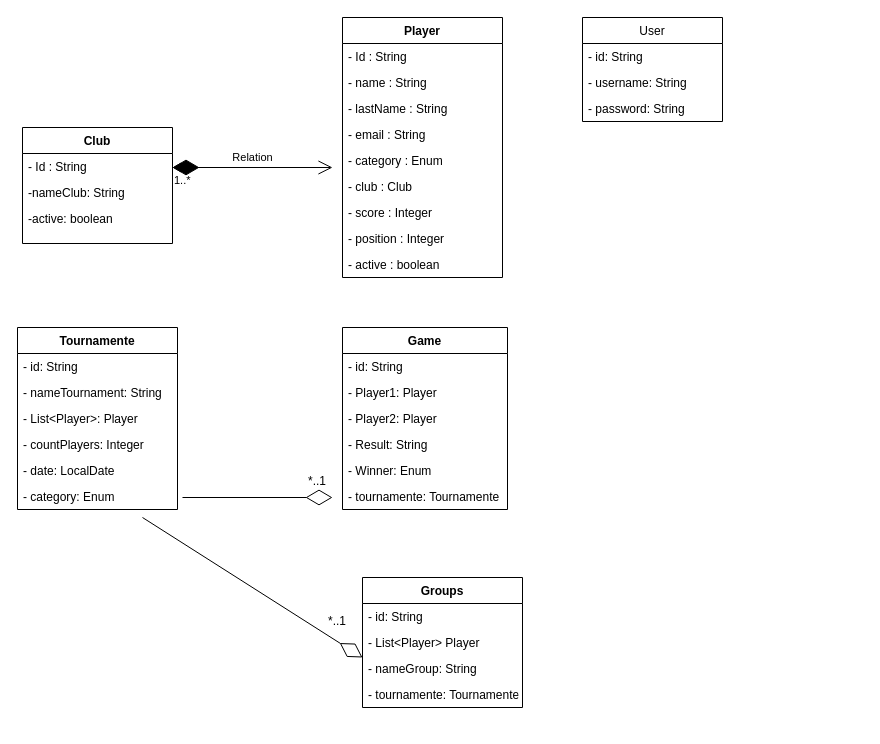
This is Diagrama sin título.drawio from Lucasfranco1/UML-leones, a draw.io file, before an edit. Source tidied: cells renumbered, new cells numbered last; positions are measured from the earlier drawing's top-left corner, leaving out a move shared by most shapes. Both pictures are drawn from the tidied source at 100%, with x=0, y=0 at pixel (17, 17).
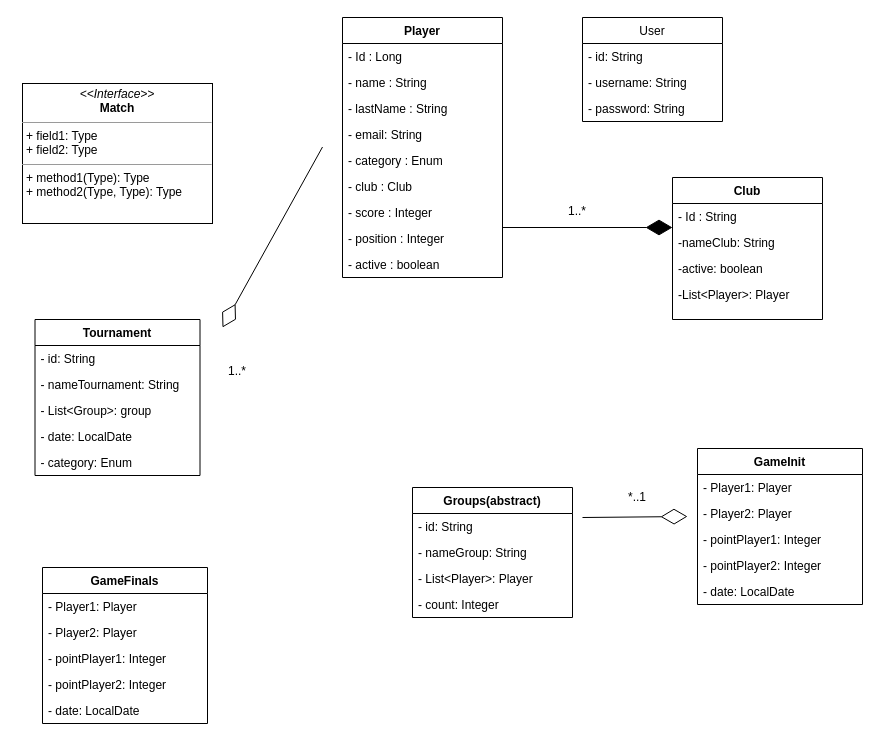
The same diagram, later.

Unchanged cells that the change refers to:
```xml
<mxCell id="2" value="Player" style="swimlane;fontStyle=1;align=center;verticalAlign=top;horizontal=1;startSize=26;" parent="1" vertex="1">
  <mxGeometry x="325" width="160" height="260" as="geometry" />
</mxCell>
```

The edit, as a diff of the source:
```diff
@@
-    <mxCell id="3" value="- Id : String" style="text;strokeColor=none;fillColor=none;align=left;verticalAlign=top;spacingLeft=4;spacingRight=4;overflow=hidden;" parent="2" vertex="1">
+    <mxCell id="3" value="- Id : Long" style="text;strokeColor=none;fillColor=none;align=left;verticalAlign=top;spacingLeft=4;spacingRight=4;overflow=hidden;" parent="2" vertex="1">
       <mxGeometry y="26" width="160" height="26" as="geometry" />
     </mxCell>
@@
-    <mxCell id="6" value="- email : String&#10;" style="text;strokeColor=none;fillColor=none;align=left;verticalAlign=top;spacingLeft=4;spacingRight=4;overflow=hidden;" parent="2" vertex="1">
+    <mxCell id="6" value="- email: String&#10;" style="text;strokeColor=none;fillColor=none;align=left;verticalAlign=top;spacingLeft=4;spacingRight=4;overflow=hidden;" parent="2" vertex="1">
       <mxGeometry y="104" width="160" height="26" as="geometry" />
     </mxCell>
@@
     <mxCell id="12" value="Club" style="swimlane;fontStyle=1;align=center;verticalAlign=top;horizontal=1;startSize=26;" parent="1" vertex="1">
-      <mxGeometry x="5" y="110" width="150" height="116" as="geometry" />
+      <mxGeometry x="655" y="160" width="150" height="142" as="geometry" />
     </mxCell>
@@
+    <mxCell id="47" value="-List&lt;Player&gt;: Player&#10;" style="text;strokeColor=none;fillColor=none;align=left;verticalAlign=top;spacingLeft=4;spacingRight=4;overflow=hidden;" parent="12" vertex="1">
+      <mxGeometry y="104" width="150" height="26" as="geometry" />
+    </mxCell>
     <mxCell id="16" value="&#10;" style="text;strokeColor=none;fillColor=none;align=left;verticalAlign=top;spacingLeft=4;spacingRight=4;overflow=hidden;" parent="12" vertex="1">
-      <mxGeometry y="104" width="150" height="12" as="geometry" />
+      <mxGeometry y="130" width="150" height="12" as="geometry" />
     </mxCell>
-    <mxCell id="17" value="Relation" style="endArrow=open;html=1;endSize=12;startArrow=diamondThin;startSize=14;startFill=0;edgeStyle=orthogonalEdgeStyle;rounded=0;" parent="1" edge="1">
-      <mxGeometry y="10" relative="1" as="geometry">
-        <mxPoint x="155" y="150" as="sourcePoint" />
-        <mxPoint x="315" y="150" as="targetPoint" />
-      </mxGeometry>
-    </mxCell>
-    <mxCell id="18" value="1..*" style="edgeLabel;html=1;align=left;verticalAlign=top;" parent="17" vertex="1">
-      <mxGeometry x="-1" relative="1" as="geometry" />
-    </mxCell>
     <mxCell id="19" style="endArrow=diamondThin;endFill=1;endSize=24;html=1;rounded=0;" parent="1" edge="1">
       <mxGeometry relative="1" as="geometry">
-        <mxPoint x="305" y="150" as="sourcePoint" />
-        <mxPoint x="155" y="150" as="targetPoint" />
+        <mxPoint x="485" y="210" as="sourcePoint" />
+        <mxPoint x="655" y="210" as="targetPoint" />
       </mxGeometry>
     </mxCell>
@@
-    <mxCell id="24" value="Tournamente" style="swimlane;fontStyle=1;align=center;verticalAlign=top;horizontal=1;startSize=26;" parent="1" vertex="1">
-      <mxGeometry y="310" width="160" height="182" as="geometry" />
+    <mxCell id="24" value="Tournament" style="swimlane;fontStyle=1;align=center;verticalAlign=top;horizontal=1;startSize=26;" parent="1" vertex="1">
+      <mxGeometry x="17.5" y="302" width="165" height="156" as="geometry" />
     </mxCell>
     <mxCell id="25" value="- id: String" style="text;strokeColor=none;fillColor=none;align=left;verticalAlign=top;spacingLeft=4;spacingRight=4;overflow=hidden;" parent="24" vertex="1">
-      <mxGeometry y="26" width="160" height="26" as="geometry" />
+      <mxGeometry y="26" width="165" height="26" as="geometry" />
     </mxCell>
     <mxCell id="26" value="- nameTournament: String" style="text;strokeColor=none;fillColor=none;align=left;verticalAlign=top;spacingLeft=4;spacingRight=4;overflow=hidden;" parent="24" vertex="1">
-      <mxGeometry y="52" width="160" height="26" as="geometry" />
+      <mxGeometry y="52" width="165" height="26" as="geometry" />
     </mxCell>
-    <mxCell id="27" value="- List&lt;Player&gt;: Player" style="text;strokeColor=none;fillColor=none;align=left;verticalAlign=top;spacingLeft=4;spacingRight=4;overflow=hidden;" parent="24" vertex="1">
-      <mxGeometry y="78" width="160" height="26" as="geometry" />
-    </mxCell>
-    <mxCell id="28" value="- countPlayers: Integer" style="text;strokeColor=none;fillColor=none;align=left;verticalAlign=top;spacingLeft=4;spacingRight=4;overflow=hidden;" parent="24" vertex="1">
-      <mxGeometry y="104" width="160" height="26" as="geometry" />
-    </mxCell>
+    <mxCell id="48" value="- List&lt;Group&gt;: group" style="text;strokeColor=none;fillColor=none;align=left;verticalAlign=top;spacingLeft=4;spacingRight=4;overflow=hidden;" parent="24" vertex="1">
+      <mxGeometry y="78" width="165" height="26" as="geometry" />
+    </mxCell>
     <mxCell id="29" value="- date: LocalDate" style="text;strokeColor=none;fillColor=none;align=left;verticalAlign=top;spacingLeft=4;spacingRight=4;overflow=hidden;" parent="24" vertex="1">
-      <mxGeometry y="130" width="160" height="26" as="geometry" />
+      <mxGeometry y="104" width="165" height="26" as="geometry" />
     </mxCell>
     <mxCell id="30" value="- category: Enum" style="text;strokeColor=none;fillColor=none;align=left;verticalAlign=top;spacingLeft=4;spacingRight=4;overflow=hidden;" parent="24" vertex="1">
-      <mxGeometry y="156" width="160" height="26" as="geometry" />
+      <mxGeometry y="130" width="165" height="26" as="geometry" />
     </mxCell>
-    <mxCell id="31" value="Game" style="swimlane;fontStyle=1;align=center;verticalAlign=top;horizontal=1;startSize=26;" parent="1" vertex="1">
-      <mxGeometry x="325" y="310" width="165" height="182" as="geometry" />
+    <mxCell id="31" value="GameInit" style="swimlane;fontStyle=1;align=center;verticalAlign=top;horizontal=1;startSize=26;" parent="1" vertex="1">
+      <mxGeometry x="680" y="431" width="165" height="156" as="geometry" />
     </mxCell>
-    <mxCell id="32" value="- id: String" style="text;strokeColor=none;fillColor=none;align=left;verticalAlign=top;spacingLeft=4;spacingRight=4;overflow=hidden;" parent="31" vertex="1">
-      <mxGeometry y="26" width="165" height="26" as="geometry" />
-    </mxCell>
     <mxCell id="33" value="- Player1: Player&#10;" style="text;strokeColor=none;fillColor=none;align=left;verticalAlign=top;spacingLeft=4;spacingRight=4;overflow=hidden;" parent="31" vertex="1">
-      <mxGeometry y="52" width="165" height="26" as="geometry" />
+      <mxGeometry y="26" width="165" height="26" as="geometry" />
     </mxCell>
+    <mxCell id="49" value="- Player2: Player&#10;" style="text;strokeColor=none;fillColor=none;align=left;verticalAlign=top;spacingLeft=4;spacingRight=4;overflow=hidden;" parent="31" vertex="1">
+      <mxGeometry y="52" width="165" height="26" as="geometry" />
+    </mxCell>
+    <mxCell id="50" value="- pointPlayer1: Integer&#10;" style="text;strokeColor=none;fillColor=none;align=left;verticalAlign=top;spacingLeft=4;spacingRight=4;overflow=hidden;" parent="31" vertex="1">
+      <mxGeometry y="78" width="165" height="26" as="geometry" />
+    </mxCell>
+    <mxCell id="51" value="- pointPlayer2: Integer&#10;" style="text;strokeColor=none;fillColor=none;align=left;verticalAlign=top;spacingLeft=4;spacingRight=4;overflow=hidden;" parent="31" vertex="1">
+      <mxGeometry y="104" width="165" height="26" as="geometry" />
+    </mxCell>
-    <mxCell id="34" value="- Player2: Player&#10;" style="text;strokeColor=none;fillColor=none;align=left;verticalAlign=top;spacingLeft=4;spacingRight=4;overflow=hidden;" parent="31" vertex="1">
-      <mxGeometry y="78" width="165" height="26" as="geometry" />
+    <mxCell id="34" value="- date: LocalDate&#10;" style="text;strokeColor=none;fillColor=none;align=left;verticalAlign=top;spacingLeft=4;spacingRight=4;overflow=hidden;" parent="31" vertex="1">
+      <mxGeometry y="130" width="165" height="26" as="geometry" />
     </mxCell>
-    <mxCell id="35" value="- Result: String" style="text;strokeColor=none;fillColor=none;align=left;verticalAlign=top;spacingLeft=4;spacingRight=4;overflow=hidden;" parent="31" vertex="1">
-      <mxGeometry y="104" width="165" height="26" as="geometry" />
-    </mxCell>
-    <mxCell id="36" value="- Winner: Enum" style="text;strokeColor=none;fillColor=none;align=left;verticalAlign=top;spacingLeft=4;spacingRight=4;overflow=hidden;" parent="31" vertex="1">
-      <mxGeometry y="130" width="165" height="26" as="geometry" />
-    </mxCell>
-    <mxCell id="37" value="- tournamente: Tournamente" style="text;strokeColor=none;fillColor=none;align=left;verticalAlign=top;spacingLeft=4;spacingRight=4;overflow=hidden;" parent="31" vertex="1">
-      <mxGeometry y="156" width="165" height="26" as="geometry" />
-    </mxCell>
-    <mxCell id="38" value="Groups" style="swimlane;fontStyle=1;align=center;verticalAlign=top;horizontal=1;startSize=26;" parent="1" vertex="1">
-      <mxGeometry x="345" y="560" width="160" height="130" as="geometry" />
+    <mxCell id="38" value="Groups(abstract)" style="swimlane;fontStyle=1;align=center;verticalAlign=top;horizontal=1;startSize=26;" parent="1" vertex="1">
+      <mxGeometry x="395" y="470" width="160" height="130" as="geometry" />
     </mxCell>
@@
-    <mxCell id="40" value="- List&lt;Player&gt; Player" style="text;strokeColor=none;fillColor=none;align=left;verticalAlign=top;spacingLeft=4;spacingRight=4;overflow=hidden;" parent="38" vertex="1">
-      <mxGeometry y="52" width="160" height="26" as="geometry" />
-    </mxCell>
     <mxCell id="41" value="- nameGroup: String" style="text;strokeColor=none;fillColor=none;align=left;verticalAlign=top;spacingLeft=4;spacingRight=4;overflow=hidden;" parent="38" vertex="1">
-      <mxGeometry y="78" width="160" height="26" as="geometry" />
+      <mxGeometry y="52" width="160" height="26" as="geometry" />
     </mxCell>
-    <mxCell id="42" value="- tournamente: Tournamente" style="text;strokeColor=none;fillColor=none;align=left;verticalAlign=top;spacingLeft=4;spacingRight=4;overflow=hidden;" parent="38" vertex="1">
-      <mxGeometry y="104" width="160" height="26" as="geometry" />
-    </mxCell>
-    <mxCell id="43" style="endArrow=diamondThin;endFill=0;endSize=24;html=1;rounded=0;" parent="1" edge="1">
-      <mxGeometry relative="1" as="geometry">
-        <mxPoint x="165" y="480" as="sourcePoint" />
-        <mxPoint x="315" y="480" as="targetPoint" />
-      </mxGeometry>
-    </mxCell>
-    <mxCell id="44" value="*..1" style="text;strokeColor=none;fillColor=none;align=left;verticalAlign=top;spacingLeft=4;spacingRight=4;overflow=hidden;" parent="1" vertex="1">
-      <mxGeometry x="285" y="450" width="100" height="26" as="geometry" />
-    </mxCell>
-    <mxCell id="45" style="endArrow=diamondThin;endFill=0;endSize=24;html=1;rounded=0;" parent="1" edge="1">
-      <mxGeometry relative="1" as="geometry">
-        <mxPoint x="125" y="500" as="sourcePoint" />
-        <mxPoint x="345" y="640" as="targetPoint" />
-      </mxGeometry>
-    </mxCell>
+    <mxCell id="27" value="- List&lt;Player&gt;: Player" style="text;strokeColor=none;fillColor=none;align=left;verticalAlign=top;spacingLeft=4;spacingRight=4;overflow=hidden;" parent="38" vertex="1">
+      <mxGeometry y="78" width="160" height="26" as="geometry" />
+    </mxCell>
+    <mxCell id="52" value="- count: Integer" style="text;strokeColor=none;fillColor=none;align=left;verticalAlign=top;spacingLeft=4;spacingRight=4;overflow=hidden;" parent="38" vertex="1">
+      <mxGeometry y="104" width="160" height="26" as="geometry" />
+    </mxCell>
     <mxCell id="46" value="*..1" style="text;strokeColor=none;fillColor=none;align=left;verticalAlign=top;spacingLeft=4;spacingRight=4;overflow=hidden;" parent="1" vertex="1">
-      <mxGeometry x="305" y="590" width="100" height="26" as="geometry" />
+      <mxGeometry x="605" y="466" width="100" height="26" as="geometry" />
     </mxCell>
+    <mxCell id="53" style="endArrow=diamondThin;endFill=0;endSize=24;html=1;rounded=0;" parent="1" edge="1">
+      <mxGeometry relative="1" as="geometry">
+        <mxPoint x="565" y="500" as="sourcePoint" />
+        <mxPoint x="670" y="499" as="targetPoint" />
+      </mxGeometry>
+    </mxCell>
+    <mxCell id="54" value="1..*" style="text;strokeColor=none;fillColor=none;align=left;verticalAlign=top;spacingLeft=4;spacingRight=4;overflow=hidden;" parent="1" vertex="1">
+      <mxGeometry x="205" y="340" width="100" height="26" as="geometry" />
+    </mxCell>
+    <mxCell id="55" value="GameFinals" style="swimlane;fontStyle=1;align=center;verticalAlign=top;horizontal=1;startSize=26;" parent="1" vertex="1">
+      <mxGeometry x="25" y="550" width="165" height="156" as="geometry" />
+    </mxCell>
+    <mxCell id="56" value="- Player1: Player&#10;" style="text;strokeColor=none;fillColor=none;align=left;verticalAlign=top;spacingLeft=4;spacingRight=4;overflow=hidden;" parent="55" vertex="1">
+      <mxGeometry y="26" width="165" height="26" as="geometry" />
+    </mxCell>
+    <mxCell id="57" value="- Player2: Player&#10;" style="text;strokeColor=none;fillColor=none;align=left;verticalAlign=top;spacingLeft=4;spacingRight=4;overflow=hidden;" parent="55" vertex="1">
+      <mxGeometry y="52" width="165" height="26" as="geometry" />
+    </mxCell>
+    <mxCell id="58" value="- pointPlayer1: Integer&#10;" style="text;strokeColor=none;fillColor=none;align=left;verticalAlign=top;spacingLeft=4;spacingRight=4;overflow=hidden;" parent="55" vertex="1">
+      <mxGeometry y="78" width="165" height="26" as="geometry" />
+    </mxCell>
+    <mxCell id="59" value="- pointPlayer2: Integer&#10;" style="text;strokeColor=none;fillColor=none;align=left;verticalAlign=top;spacingLeft=4;spacingRight=4;overflow=hidden;" parent="55" vertex="1">
+      <mxGeometry y="104" width="165" height="26" as="geometry" />
+    </mxCell>
+    <mxCell id="60" value="- date: LocalDate&#10;" style="text;strokeColor=none;fillColor=none;align=left;verticalAlign=top;spacingLeft=4;spacingRight=4;overflow=hidden;" parent="55" vertex="1">
+      <mxGeometry y="130" width="165" height="26" as="geometry" />
+    </mxCell>
+    <mxCell id="61" style="endArrow=diamondThin;endFill=0;endSize=24;html=1;rounded=0;" parent="1" edge="1">
+      <mxGeometry relative="1" as="geometry">
+        <mxPoint x="305" y="129.5" as="sourcePoint" />
+        <mxPoint x="205" y="310" as="targetPoint" />
+      </mxGeometry>
+    </mxCell>
+    <mxCell id="62" value="1..*" style="text;strokeColor=none;fillColor=none;align=left;verticalAlign=top;spacingLeft=4;spacingRight=4;overflow=hidden;" parent="1" vertex="1">
+      <mxGeometry x="545" y="180" width="100" height="26" as="geometry" />
+    </mxCell>
+    <mxCell id="63" value="&lt;p style=&quot;margin:0px;margin-top:4px;text-align:center;&quot;&gt;&lt;i&gt;&amp;lt;&amp;lt;Interface&amp;gt;&amp;gt;&lt;/i&gt;&lt;br&gt;&lt;b&gt;Match&lt;/b&gt;&lt;/p&gt;&lt;hr size=&quot;1&quot;&gt;&lt;p style=&quot;margin:0px;margin-left:4px;&quot;&gt;+ field1: Type&lt;br&gt;+ field2: Type&lt;/p&gt;&lt;hr size=&quot;1&quot;&gt;&lt;p style=&quot;margin:0px;margin-left:4px;&quot;&gt;+ method1(Type): Type&lt;br&gt;+ method2(Type, Type): Type&lt;/p&gt;" style="verticalAlign=top;align=left;overflow=fill;fontSize=12;fontFamily=Helvetica;html=1;" parent="1" vertex="1">
+      <mxGeometry x="5" y="66" width="190" height="140" as="geometry" />
+    </mxCell>
```
